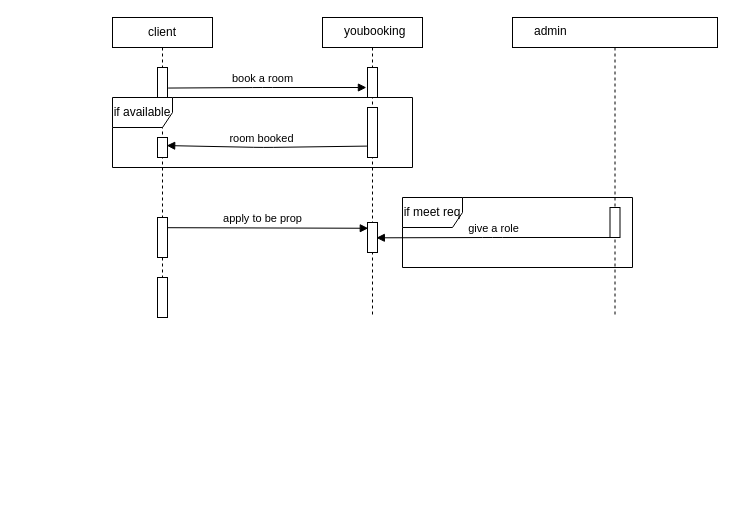
AmeksaKhadija/YouBooking keeps this draw.io diagram as diagrames/d.s.drawio. Above is the earlier version. Source tidied: cells renumbered, new cells numbered last; positions are measured from the earlier drawing's top-left corner, leaving out a move shared by most shapes. Both pictures are drawn from the tidied source at 100%, with x=0, y=0 at pixel (112, 17).
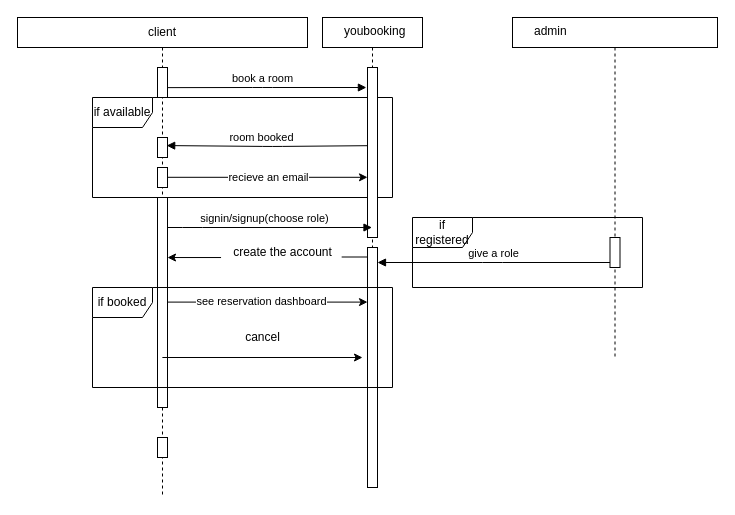
The same diagram, later.

Unchanged cells that the change refers to:
```xml
<mxCell id="8" style="html=1;points=[];perimeter=orthogonalPerimeter;" parent="6" vertex="1">
  <mxGeometry x="45" y="50" width="10" height="30" as="geometry" />
</mxCell>
<mxCell id="18" style="html=1;points=[];perimeter=orthogonalPerimeter;" parent="1" vertex="1">
  <mxGeometry x="45" y="120" width="10" height="20" as="geometry" />
</mxCell>
```

Change to the diagram source:
```diff
@@
+    <mxCell id="15" value="if available" style="shape=umlFrame;whiteSpace=wrap;html=1;" parent="1" vertex="1">
+      <mxGeometry x="-20" y="80" width="300" height="100" as="geometry" />
+    </mxCell>
     <mxCell id="2" value="client" style="shape=umlLifeline;perimeter=lifelinePerimeter;whiteSpace=wrap;html=1;size=30;" parent="1" vertex="1">
-      <mxGeometry width="100" height="300" as="geometry" />
+      <mxGeometry x="-95" width="290" height="480" as="geometry" />
     </mxCell>
     <mxCell id="3" style="html=1;points=[];perimeter=orthogonalPerimeter;" parent="2" vertex="1">
-      <mxGeometry x="45" y="50" width="10" height="40" as="geometry" />
+      <mxGeometry x="140" y="50" width="10" height="30" as="geometry" />
     </mxCell>
     <mxCell id="4" style="html=1;points=[];perimeter=orthogonalPerimeter;" parent="2" vertex="1">
-      <mxGeometry x="45" y="200" width="10" height="40" as="geometry" />
+      <mxGeometry x="140" y="180" width="10" height="210" as="geometry" />
     </mxCell>
-    <mxCell id="5" style="html=1;perimeter=orthogonalPerimeter;" parent="2" vertex="1">
-      <mxGeometry x="45" y="260" width="10" height="40" as="geometry" />
-    </mxCell>
+    <mxCell id="21" value="create the account" style="text;html=1;align=center;verticalAlign=middle;points=[];strokeColor=none;fillColor=none;" parent="2" vertex="1">
+      <mxGeometry x="205" y="220" width="120" height="30" as="geometry" />
+    </mxCell>
+    <mxCell id="22" style="endArrow=classic;html=1;exitX=-0.012;exitY=0.668;exitDx=0;exitDy=0;exitPerimeter=0;startArrow=none;" parent="2" edge="1" source="21" target="4">
+      <mxGeometry relative="1" as="geometry" />
+    </mxCell>
+    <mxCell id="23" style="html=1;perimeter=orthogonalPerimeter;" parent="2" vertex="1">
+      <mxGeometry x="140" y="420" width="10" height="20" as="geometry" />
+    </mxCell>
+    <mxCell id="24" value="cancel" style="text;html=1;align=center;verticalAlign=middle;strokeColor=none;fillColor=none;" parent="2" vertex="1">
+      <mxGeometry x="215" y="305" width="60" height="30" as="geometry" />
+    </mxCell>
+    <mxCell id="25" style="endArrow=classic;html=1;" parent="2" edge="1">
+      <mxGeometry relative="1" as="geometry">
+        <mxPoint x="150" y="284.6" as="sourcePoint" />
+        <mxPoint x="350" y="284.6" as="targetPoint" />
+        <Array as="points">
+          <mxPoint x="195" y="284.6" />
+          <mxPoint x="285" y="284.6" />
+        </Array>
+      </mxGeometry>
+    </mxCell>
+    <mxCell id="26" value="see reservation dashboard" style="edgeLabel;html=1;align=center;verticalAlign=middle;" parent="25" vertex="1">
+      <mxGeometry x="-0.07" y="1" relative="1" as="geometry" />
+    </mxCell>
     <mxCell id="6" value="&lt;div style=&quot;text-align: start;&quot;&gt;&lt;span style=&quot;background-color: initial; font-size: 0px;&quot;&gt;&lt;font face=&quot;monospace&quot; color=&quot;rgba(0, 0, 0, 0)&quot;&gt;youbooking&lt;/font&gt;&lt;/span&gt;&lt;/div&gt;" style="shape=umlLifeline;perimeter=lifelinePerimeter;whiteSpace=wrap;html=1;outlineConnect=0;size=30;" parent="1" vertex="1">
-      <mxGeometry x="210" width="100" height="300" as="geometry" />
+      <mxGeometry x="210" width="100" height="470" as="geometry" />
     </mxCell>
@@
     <mxCell id="9" style="html=1;points=[];perimeter=orthogonalPerimeter;" parent="6" vertex="1">
-      <mxGeometry x="45" y="205" width="10" height="30" as="geometry" />
+      <mxGeometry x="45" y="230" width="10" height="240" as="geometry" />
     </mxCell>
+    <mxCell id="27" value="if booked" style="shape=umlFrame;whiteSpace=wrap;html=1;" parent="6" vertex="1">
+      <mxGeometry x="-230" y="270" width="300" height="100" as="geometry" />
+    </mxCell>
+    <mxCell id="28" style="endArrow=classic;html=1;exitX=0.233;exitY=0.7;exitDx=0;exitDy=0;exitPerimeter=0;entryX=0.9;entryY=0.7;entryDx=0;entryDy=0;entryPerimeter=0;" parent="6" edge="1" source="27" target="27">
+      <mxGeometry relative="1" as="geometry" />
+    </mxCell>
     <mxCell id="10" value="&lt;div style=&quot;text-align: start;&quot;&gt;&lt;span style=&quot;background-color: initial; font-size: 0px;&quot;&gt;&lt;font face=&quot;monospace&quot; color=&quot;rgba(0, 0, 0, 0)&quot;&gt;youbooking&lt;/font&gt;&lt;/span&gt;&lt;/div&gt;" style="shape=umlLifeline;perimeter=lifelinePerimeter;whiteSpace=wrap;html=1;size=30;" parent="1" vertex="1">
-      <mxGeometry x="400" width="205" height="300" as="geometry" />
+      <mxGeometry x="400" width="205" height="340" as="geometry" />
     </mxCell>
@@
+    <mxCell id="13" style="html=1;points=[];perimeter=orthogonalPerimeter;" parent="10" vertex="1">
+      <mxGeometry x="97.5" y="220" width="10" height="30" as="geometry" />
+    </mxCell>
-    <mxCell id="12" value="if meet req" style="shape=umlFrame;whiteSpace=wrap;html=1;" parent="10" vertex="1">
-      <mxGeometry x="-110" y="180" width="230" height="70" as="geometry" />
+    <mxCell id="12" value="if registered" style="shape=umlFrame;whiteSpace=wrap;html=1;" parent="10" vertex="1">
+      <mxGeometry x="-100" y="200" width="230" height="70" as="geometry" />
     </mxCell>
-    <mxCell id="13" style="html=1;points=[];perimeter=orthogonalPerimeter;" parent="10" vertex="1">
-      <mxGeometry x="97.5" y="190" width="10" height="30" as="geometry" />
-    </mxCell>
-    <mxCell id="14" value="book a room" style="html=1;verticalAlign=bottom;endArrow=block;exitX=1.067;exitY=0.514;exitDx=0;exitDy=0;exitPerimeter=0;entryX=-0.109;entryY=0.667;entryDx=0;entryDy=0;entryPerimeter=0;" parent="1" edge="1" source="3" target="8">
+    <mxCell id="14" value="book a room" style="html=1;verticalAlign=bottom;endArrow=block;entryX=-0.109;entryY=0.667;entryDx=0;entryDy=0;entryPerimeter=0;exitX=0.979;exitY=0.671;exitDx=0;exitDy=0;exitPerimeter=0;" parent="1" edge="1" source="3" target="8">
       <mxGeometry x="-0.05" relative="1" as="geometry">
         <Array as="points">
           <mxPoint x="150" y="70" />
         </Array>
       </mxGeometry>
     </mxCell>
-    <mxCell id="15" value="if available" style="shape=umlFrame;whiteSpace=wrap;html=1;" parent="1" vertex="1">
-      <mxGeometry y="80" width="300" height="70" as="geometry" />
-    </mxCell>
     <mxCell id="16" style="html=1;points=[];perimeter=orthogonalPerimeter;" parent="1" vertex="1">
-      <mxGeometry x="255" y="90" width="10" height="50" as="geometry" />
+      <mxGeometry x="255" y="50" width="10" height="170" as="geometry" />
     </mxCell>
-    <mxCell id="17" value="room booked" style="html=1;verticalAlign=bottom;endArrow=none;entryX=-0.055;entryY=0.772;entryDx=0;entryDy=0;entryPerimeter=0;startArrow=block;startFill=1;endFill=0;exitX=0.918;exitY=0.404;exitDx=0;exitDy=0;exitPerimeter=0;" parent="1" edge="1" source="18" target="16">
+    <mxCell id="17" value="room booked" style="html=1;verticalAlign=bottom;endArrow=none;startArrow=block;startFill=1;endFill=0;exitX=0.918;exitY=0.404;exitDx=0;exitDy=0;exitPerimeter=0;entryX=-0.048;entryY=0.46;entryDx=0;entryDy=0;entryPerimeter=0;" parent="1" edge="1" source="18" target="16">
       <mxGeometry x="-0.05" relative="1" as="geometry">
         <Array as="points">
-          <mxPoint x="151" y="130" />
+          <mxPoint x="160" y="129" />
         </Array>
       </mxGeometry>
     </mxCell>
@@
-    <mxCell id="19" value="apply to be prop" style="html=1;verticalAlign=bottom;endArrow=block;exitX=1.009;exitY=0.255;exitDx=0;exitDy=0;exitPerimeter=0;entryX=0.079;entryY=0.192;entryDx=0;entryDy=0;entryPerimeter=0;" parent="1" edge="1" source="4" target="9">
-      <mxGeometry x="-0.05" relative="1" as="geometry" />
+    <mxCell id="19" value="signin/signup(choose role)" style="html=1;verticalAlign=bottom;endArrow=block;" parent="1" edge="1" source="4" target="6">
+      <mxGeometry x="-0.05" relative="1" as="geometry">
+        <Array as="points">
+          <mxPoint x="80" y="210" />
+        </Array>
+      </mxGeometry>
     </mxCell>
-    <mxCell id="20" value="give a role" style="html=1;verticalAlign=bottom;endArrow=none;exitX=0.884;exitY=0.511;exitDx=0;exitDy=0;exitPerimeter=0;startArrow=block;startFill=1;endFill=0;" parent="1" edge="1" source="9" target="13">
+    <mxCell id="20" value="give a role" style="html=1;verticalAlign=bottom;endArrow=none;startArrow=block;startFill=1;endFill=0;" parent="1" edge="1" source="9" target="13">
       <mxGeometry relative="1" as="geometry">
         <Array as="points">
-          <mxPoint x="380" y="220" />
+          <mxPoint x="380" y="245" />
         </Array>
       </mxGeometry>
     </mxCell>
+    <mxCell id="29" style="html=1;perimeter=orthogonalPerimeter;" parent="1" vertex="1">
+      <mxGeometry x="45" y="150" width="10" height="20" as="geometry" />
+    </mxCell>
+    <mxCell id="30" style="endArrow=classic;html=1;" parent="1" edge="1" target="16">
+      <mxGeometry relative="1" as="geometry">
+        <mxPoint x="55" y="159.8" as="sourcePoint" />
+      </mxGeometry>
+    </mxCell>
+    <mxCell id="31" value="recieve an email" style="edgeLabel;html=1;align=center;verticalAlign=middle;" parent="30" vertex="1">
+      <mxGeometry relative="1" as="geometry" />
+    </mxCell>
+    <mxCell id="32" style="endArrow=none;html=1;entryX=0.993;entryY=0.65;entryDx=0;entryDy=0;entryPerimeter=0;" parent="1" edge="1" source="9" target="21">
+      <mxGeometry relative="1" as="geometry" />
+    </mxCell>
```
